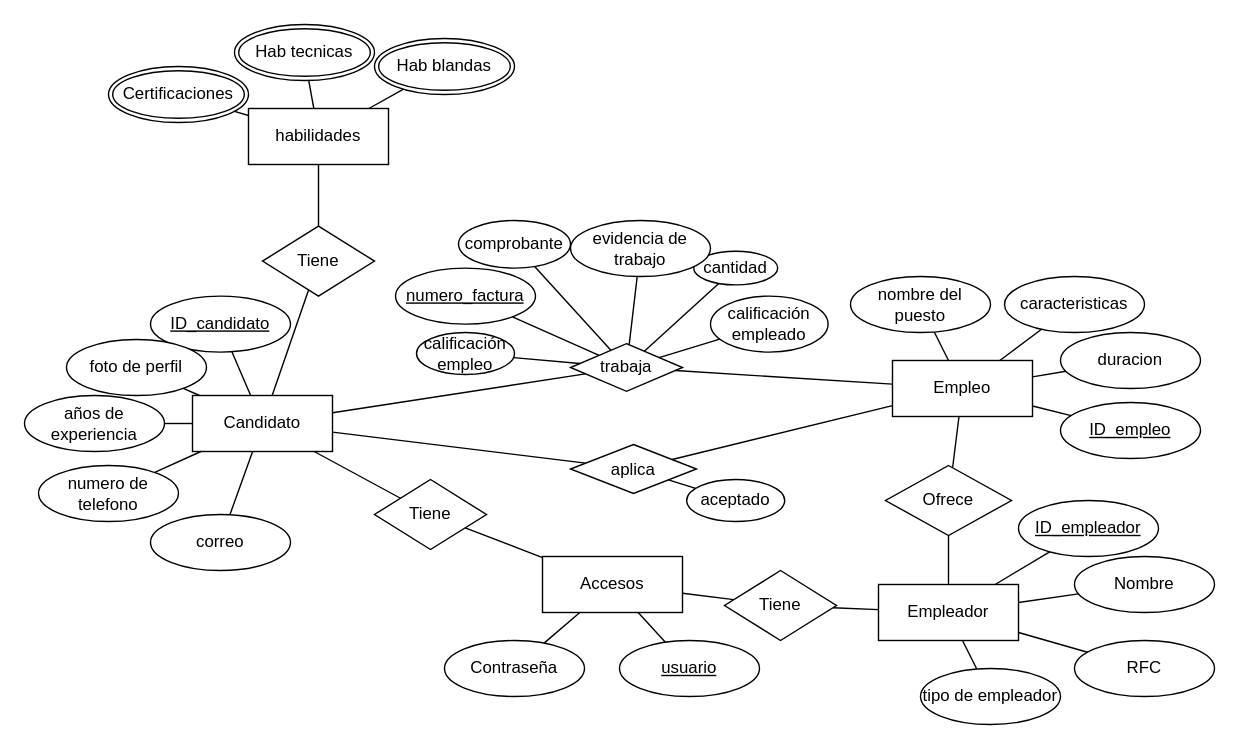
Before: Diagrama sin título.drawio in dasebaztian/baseproy, a draw.io diagram. Source tidied: cells renumbered, new cells numbered last; positions are measured from the earlier drawing's top-left corner, leaving out a move shared by most shapes. Both pictures are drawn from the tidied source at 140%, with x=0, y=0 at pixel (24, 24).
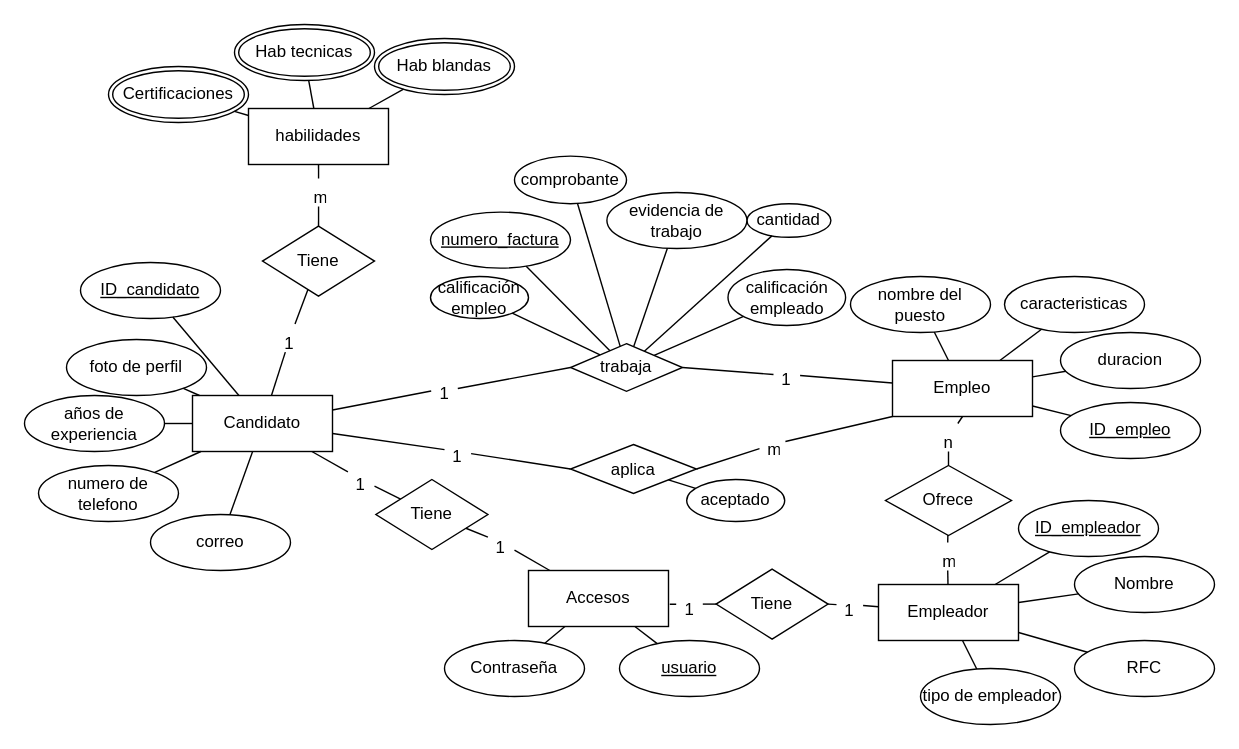
The same diagram, later.

Unchanged cells that the change refers to:
```xml
<mxCell id="2" value="Candidato" style="whiteSpace=wrap;html=1;align=center;" parent="1" vertex="1">
  <mxGeometry x="120" y="265" width="100" height="40" as="geometry" />
</mxCell>
<mxCell id="3" value="Empleo" style="whiteSpace=wrap;html=1;align=center;" parent="1" vertex="1">
  <mxGeometry x="620" y="240" width="100" height="40" as="geometry" />
</mxCell>
<mxCell id="4" value="Empleador" style="whiteSpace=wrap;html=1;align=center;" parent="1" vertex="1">
  <mxGeometry x="610" y="400" width="100" height="40" as="geometry" />
</mxCell>
<mxCell id="23" value="habilidades" style="whiteSpace=wrap;html=1;align=center;" parent="1" vertex="1">
  <mxGeometry x="160" y="60" width="100" height="40" as="geometry" />
</mxCell>
<mxCell id="28" value="Tiene" style="shape=rhombus;perimeter=rhombusPerimeter;whiteSpace=wrap;html=1;align=center;" parent="1" vertex="1">
  <mxGeometry x="170" y="144" width="80" height="50" as="geometry" />
</mxCell>
<mxCell id="49" value="Ofrece" style="shape=rhombus;perimeter=rhombusPerimeter;whiteSpace=wrap;html=1;align=center;" parent="1" vertex="1">
  <mxGeometry x="615" y="315" width="90" height="50" as="geometry" />
</mxCell>
<mxCell id="50" value="trabaja" style="shape=rhombus;perimeter=rhombusPerimeter;whiteSpace=wrap;html=1;align=center;" parent="1" vertex="1">
  <mxGeometry x="390" y="228" width="80" height="34" as="geometry" />
</mxCell>
<mxCell id="51" value="aplica" style="shape=rhombus;perimeter=rhombusPerimeter;whiteSpace=wrap;html=1;align=center;" parent="1" vertex="1">
  <mxGeometry x="390" y="300" width="90" height="35" as="geometry" />
</mxCell>
```

Diff of the diagram source:
```diff
@@
     <mxCell id="7" value="ID_candidato" style="ellipse;whiteSpace=wrap;html=1;align=center;fontStyle=4;" parent="1" vertex="1">
-      <mxGeometry x="90" y="194" width="100" height="40" as="geometry" />
+      <mxGeometry x="40" y="170" width="100" height="40" as="geometry" />
     </mxCell>
@@
     <mxCell id="11" value="cantidad" style="ellipse;whiteSpace=wrap;html=1;align=center;" parent="1" vertex="1">
-      <mxGeometry x="478" y="162" width="60" height="24" as="geometry" />
+      <mxGeometry x="516" y="128" width="60" height="24" as="geometry" />
     </mxCell>
     <mxCell id="12" value="numero_factura" style="ellipse;whiteSpace=wrap;html=1;align=center;fontStyle=4;" parent="1" vertex="1">
-      <mxGeometry x="265" y="174" width="100" height="40" as="geometry" />
+      <mxGeometry x="290" y="134" width="100" height="40" as="geometry" />
     </mxCell>
@@
     <mxCell id="17" value="comprobante" style="ellipse;whiteSpace=wrap;html=1;align=center;" parent="1" vertex="1">
-      <mxGeometry x="310" y="140" width="80" height="34" as="geometry" />
+      <mxGeometry x="350" y="94" width="80" height="34" as="geometry" />
     </mxCell>
@@
     <mxCell id="20" value="Accesos" style="whiteSpace=wrap;html=1;align=center;" parent="1" vertex="1">
-      <mxGeometry x="370" y="380" width="100" height="40" as="geometry" />
+      <mxGeometry x="360" y="390" width="100" height="40" as="geometry" />
     </mxCell>
@@
-    <mxCell id="29" style="endArrow=none;html=1;rounded=0;" parent="1" edge="1" source="28" target="2">
+    <mxCell id="29" style="endArrow=none;html=1;rounded=0;" parent="1" edge="1" source="96" target="2">
       <mxGeometry relative="1" as="geometry" />
     </mxCell>
-    <mxCell id="30" style="endArrow=none;html=1;rounded=0;" parent="1" edge="1" source="28" target="23">
+    <mxCell id="30" style="endArrow=none;html=1;rounded=0;" parent="1" edge="1" source="98" target="23">
       <mxGeometry relative="1" as="geometry" />
     </mxCell>
@@
-    <mxCell id="38" style="endArrow=none;html=1;rounded=0;" parent="1" edge="1" source="2" target="39">
+    <mxCell id="38" style="endArrow=none;html=1;rounded=0;" parent="1" edge="1" source="76" target="39">
       <mxGeometry relative="1" as="geometry" />
     </mxCell>
     <mxCell id="39" value="Tiene" style="shape=rhombus;perimeter=rhombusPerimeter;whiteSpace=wrap;html=1;align=center;" parent="1" vertex="1">
-      <mxGeometry x="250" y="325" width="80" height="50" as="geometry" />
+      <mxGeometry x="251" y="325" width="80" height="50" as="geometry" />
     </mxCell>
-    <mxCell id="40" style="endArrow=none;html=1;rounded=0;" parent="1" edge="1" source="39" target="20">
+    <mxCell id="40" style="endArrow=none;html=1;rounded=0;" parent="1" edge="1" source="78" target="20">
       <mxGeometry relative="1" as="geometry" />
     </mxCell>
@@
-    <mxCell id="44" style="endArrow=none;html=1;rounded=0;" parent="1" edge="1" source="70" target="4">
+    <mxCell id="44" style="endArrow=none;html=1;rounded=0;exitX=1;exitY=0.5;exitDx=0;exitDy=0;" parent="1" edge="1" source="82" target="4">
       <mxGeometry relative="1" as="geometry" />
     </mxCell>
@@
-    <mxCell id="52" style="endArrow=none;html=1;rounded=0;" parent="1" edge="1" source="2" target="51">
+    <mxCell id="52" style="endArrow=none;html=1;rounded=0;entryX=0;entryY=0.5;entryDx=0;entryDy=0;" parent="1" edge="1" source="88" target="51">
       <mxGeometry relative="1" as="geometry" />
     </mxCell>
-    <mxCell id="53" style="endArrow=none;html=1;rounded=0;" parent="1" edge="1" source="51" target="3">
+    <mxCell id="53" style="endArrow=none;html=1;rounded=0;entryX=0;entryY=1;entryDx=0;entryDy=0;" parent="1" edge="1" source="90" target="3">
       <mxGeometry relative="1" as="geometry" />
     </mxCell>
     <mxCell id="54" value="calificación empleo" style="ellipse;whiteSpace=wrap;html=1;align=center;" parent="1" vertex="1">
-      <mxGeometry x="280" y="220" width="70" height="30" as="geometry" />
+      <mxGeometry x="290" y="180" width="70" height="30" as="geometry" />
     </mxCell>
     <mxCell id="55" value="calificación empleado" style="ellipse;whiteSpace=wrap;html=1;align=center;" parent="1" vertex="1">
-      <mxGeometry x="490" y="194" width="84" height="40" as="geometry" />
+      <mxGeometry x="502.5" y="175" width="84" height="40" as="geometry" />
     </mxCell>
@@
-    <mxCell id="60" style="endArrow=none;html=1;rounded=0;" parent="1" edge="1" source="3" target="49">
+    <mxCell id="60" style="endArrow=none;html=1;rounded=0;entryX=0.5;entryY=0;entryDx=0;entryDy=0;" parent="1" edge="1" source="84" target="49">
       <mxGeometry relative="1" as="geometry" />
     </mxCell>
-    <mxCell id="61" style="endArrow=none;html=1;rounded=0;" parent="1" edge="1" source="49" target="4">
+    <mxCell id="61" style="endArrow=none;html=1;rounded=0;" parent="1" edge="1" source="86" target="4">
       <mxGeometry relative="1" as="geometry" />
     </mxCell>
@@
-    <mxCell id="67" style="endArrow=none;html=1;rounded=0;" parent="1" edge="1" source="2" target="50">
+    <mxCell id="67" style="endArrow=none;html=1;rounded=0;entryX=0;entryY=0.5;entryDx=0;entryDy=0;exitX=1;exitY=0.5;exitDx=0;exitDy=0;" parent="1" edge="1" source="92" target="50">
       <mxGeometry relative="1" as="geometry" />
     </mxCell>
-    <mxCell id="68" style="endArrow=none;html=1;rounded=0;" parent="1" edge="1" source="50" target="3">
+    <mxCell id="68" style="endArrow=none;html=1;rounded=0;" parent="1" edge="1" source="94" target="3">
       <mxGeometry relative="1" as="geometry" />
     </mxCell>
-    <mxCell id="69" style="endArrow=none;html=1;rounded=0;" parent="1" edge="1" source="20" target="70">
+    <mxCell id="69" style="endArrow=none;html=1;rounded=0;entryX=0;entryY=0.5;entryDx=0;entryDy=0;" parent="1" edge="1" source="80" target="70">
       <mxGeometry relative="1" as="geometry" />
     </mxCell>
     <mxCell id="70" value="Tiene" style="shape=rhombus;perimeter=rhombusPerimeter;whiteSpace=wrap;html=1;align=center;" parent="1" vertex="1">
-      <mxGeometry x="500" y="390" width="80" height="50" as="geometry" />
+      <mxGeometry x="494" y="389" width="80" height="50" as="geometry" />
     </mxCell>
@@
     <mxCell id="73" value="evidencia de trabajo" style="ellipse;whiteSpace=wrap;html=1;align=center;" parent="1" vertex="1">
-      <mxGeometry x="390" y="140" width="100" height="40" as="geometry" />
+      <mxGeometry x="416" y="120" width="100" height="40" as="geometry" />
     </mxCell>
@@
+    <mxCell id="75" style="endArrow=none;html=1;rounded=0;" parent="1" edge="1" source="2" target="76">
+      <mxGeometry relative="1" as="geometry" />
+    </mxCell>
+    <mxCell id="76" value="1" style="text;strokeColor=none;fillColor=none;spacingLeft=4;spacingRight=4;overflow=hidden;points=[[0,0.5],[1,0.5]];portConstraint=eastwest;fontSize=12;whiteSpace=wrap;html=1;" parent="1" vertex="1">
+      <mxGeometry x="231" y="315" width="19" height="20" as="geometry" />
+    </mxCell>
+    <mxCell id="77" style="endArrow=none;html=1;rounded=0;" parent="1" edge="1" source="39" target="78">
+      <mxGeometry relative="1" as="geometry" />
+    </mxCell>
+    <mxCell id="78" value="1" style="text;strokeColor=none;fillColor=none;spacingLeft=4;spacingRight=4;overflow=hidden;points=[[0,0.5],[1,0.5]];portConstraint=eastwest;fontSize=12;whiteSpace=wrap;html=1;" parent="1" vertex="1">
+      <mxGeometry x="331" y="360" width="19" height="20" as="geometry" />
+    </mxCell>
+    <mxCell id="79" style="endArrow=none;html=1;rounded=0;exitX=1.009;exitY=0.603;exitDx=0;exitDy=0;exitPerimeter=0;" parent="1" edge="1" source="20" target="80">
+      <mxGeometry relative="1" as="geometry" />
+    </mxCell>
+    <mxCell id="80" value="1" style="text;strokeColor=none;fillColor=none;spacingLeft=4;spacingRight=4;overflow=hidden;points=[[0,0.5],[1,0.5]];portConstraint=eastwest;fontSize=12;whiteSpace=wrap;html=1;" parent="1" vertex="1">
+      <mxGeometry x="465.5" y="404" width="19" height="20" as="geometry" />
+    </mxCell>
+    <mxCell id="81" style="endArrow=none;html=1;rounded=0;exitX=1;exitY=0.5;exitDx=0;exitDy=0;" parent="1" edge="1" source="70" target="82">
+      <mxGeometry relative="1" as="geometry" />
+    </mxCell>
+    <mxCell id="82" value="1" style="text;strokeColor=none;fillColor=none;spacingLeft=4;spacingRight=4;overflow=hidden;points=[[0,0.5],[1,0.5]];portConstraint=eastwest;fontSize=12;whiteSpace=wrap;html=1;" parent="1" vertex="1">
+      <mxGeometry x="580" y="405" width="19" height="20" as="geometry" />
+    </mxCell>
+    <mxCell id="83" style="endArrow=none;html=1;rounded=0;exitX=0.5;exitY=1;exitDx=0;exitDy=0;" parent="1" edge="1" source="3" target="84">
+      <mxGeometry relative="1" as="geometry" />
+    </mxCell>
+    <mxCell id="84" value="n" style="text;strokeColor=none;fillColor=none;spacingLeft=4;spacingRight=4;overflow=hidden;points=[[0,0.5],[1,0.5]];portConstraint=eastwest;fontSize=12;whiteSpace=wrap;html=1;" parent="1" vertex="1">
+      <mxGeometry x="650.5" y="285" width="19" height="20" as="geometry" />
+    </mxCell>
+    <mxCell id="85" style="endArrow=none;html=1;rounded=0;" parent="1" edge="1" source="49" target="86">
+      <mxGeometry relative="1" as="geometry" />
+    </mxCell>
+    <mxCell id="86" value="m" style="text;strokeColor=none;fillColor=none;spacingLeft=4;spacingRight=4;overflow=hidden;points=[[0,0.5],[1,0.5]];portConstraint=eastwest;fontSize=12;whiteSpace=wrap;html=1;" parent="1" vertex="1">
+      <mxGeometry x="650" y="370" width="18.5" height="20" as="geometry" />
+    </mxCell>
+    <mxCell id="87" style="endArrow=none;html=1;rounded=0;" parent="1" edge="1" source="2" target="88">
+      <mxGeometry relative="1" as="geometry" />
+    </mxCell>
+    <mxCell id="88" value="1" style="text;strokeColor=none;fillColor=none;spacingLeft=4;spacingRight=4;overflow=hidden;points=[[0,0.5],[1,0.5]];portConstraint=eastwest;fontSize=12;whiteSpace=wrap;html=1;" parent="1" vertex="1">
+      <mxGeometry x="300" y="295" width="19" height="20" as="geometry" />
+    </mxCell>
+    <mxCell id="89" style="endArrow=none;html=1;rounded=0;exitX=1;exitY=0.5;exitDx=0;exitDy=0;" parent="1" edge="1" source="51" target="90">
+      <mxGeometry relative="1" as="geometry" />
+    </mxCell>
+    <mxCell id="90" value="m" style="text;strokeColor=none;fillColor=none;spacingLeft=4;spacingRight=4;overflow=hidden;points=[[0,0.5],[1,0.5]];portConstraint=eastwest;fontSize=12;whiteSpace=wrap;html=1;" parent="1" vertex="1">
+      <mxGeometry x="525" y="290" width="18.5" height="20" as="geometry" />
+    </mxCell>
+    <mxCell id="91" style="endArrow=none;html=1;rounded=0;" parent="1" edge="1" source="2" target="92">
+      <mxGeometry relative="1" as="geometry" />
+    </mxCell>
+    <mxCell id="92" value="1" style="text;strokeColor=none;fillColor=none;spacingLeft=4;spacingRight=4;overflow=hidden;points=[[0,0.5],[1,0.5]];portConstraint=eastwest;fontSize=12;whiteSpace=wrap;html=1;" parent="1" vertex="1">
+      <mxGeometry x="290.5" y="250" width="19" height="20" as="geometry" />
+    </mxCell>
+    <mxCell id="93" style="endArrow=none;html=1;rounded=0;exitX=1;exitY=0.5;exitDx=0;exitDy=0;entryX=0;entryY=0.5;entryDx=0;entryDy=0;" parent="1" edge="1" source="50" target="94">
+      <mxGeometry relative="1" as="geometry" />
+    </mxCell>
+    <mxCell id="94" value="1" style="text;strokeColor=none;fillColor=none;spacingLeft=4;spacingRight=4;overflow=hidden;points=[[0,0.5],[1,0.5]];portConstraint=eastwest;fontSize=12;whiteSpace=wrap;html=1;" parent="1" vertex="1">
+      <mxGeometry x="535" y="240" width="19" height="20" as="geometry" />
+    </mxCell>
+    <mxCell id="95" style="endArrow=none;html=1;rounded=0;" parent="1" edge="1" source="28" target="96">
+      <mxGeometry relative="1" as="geometry" />
+    </mxCell>
+    <mxCell id="96" value="1" style="text;strokeColor=none;fillColor=none;spacingLeft=4;spacingRight=4;overflow=hidden;points=[[0,0.5],[1,0.5]];portConstraint=eastwest;fontSize=12;whiteSpace=wrap;html=1;" parent="1" vertex="1">
+      <mxGeometry x="180" y="214" width="19" height="20" as="geometry" />
+    </mxCell>
+    <mxCell id="97" style="endArrow=none;html=1;rounded=0;" parent="1" edge="1" source="28" target="98">
+      <mxGeometry relative="1" as="geometry" />
+    </mxCell>
+    <mxCell id="98" value="m" style="text;strokeColor=none;fillColor=none;spacingLeft=4;spacingRight=4;overflow=hidden;points=[[0,0.5],[1,0.5]];portConstraint=eastwest;fontSize=12;whiteSpace=wrap;html=1;" parent="1" vertex="1">
+      <mxGeometry x="200.8" y="110" width="18.5" height="20" as="geometry" />
+    </mxCell>
```
